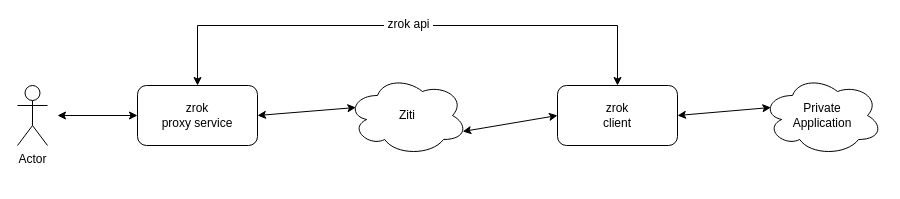
openziti/zrok keeps this draw.io diagram as docs/images/zrok.drawio. Above is the earlier version. Source tidied: cells renumbered, new cells numbered last; positions are measured from the earlier drawing's top-left corner, leaving out a move shared by most shapes. Both pictures are drawn from the tidied source at 100%, with x=0, y=0 at pixel (17, 25).
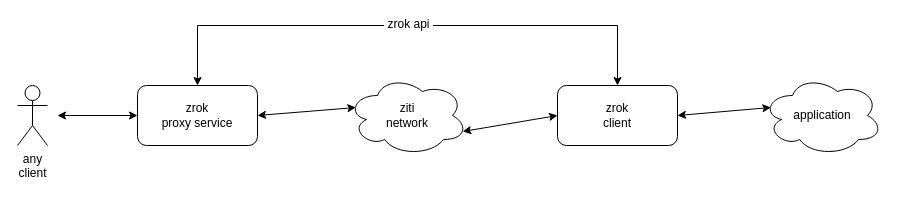
The same page after the edit.

Commit message (it also covers changes not shown here):
look and feel

The edit, as a diff of the source:
```diff
@@
 <mxGraphModel>
   <root>
     <mxCell id="0" />
     <mxCell id="1" parent="0" />
-    <mxCell id="2" value="Ziti" style="ellipse;shape=cloud;whiteSpace=wrap;html=1;" parent="1" vertex="1">
+    <mxCell id="2" value="ziti&lt;br&gt;network" style="ellipse;shape=cloud;whiteSpace=wrap;html=1;" parent="1" vertex="1">
       <mxGeometry x="330" y="50" width="120" height="80" as="geometry" />
     </mxCell>
     <mxCell id="3" value="zrok&lt;br&gt;client" style="rounded=1;whiteSpace=wrap;html=1;" parent="1" vertex="1">
       <mxGeometry x="540" y="60" width="120" height="60" as="geometry" />
     </mxCell>
-    <mxCell id="4" value="Private&lt;br&gt;Application" style="ellipse;shape=cloud;whiteSpace=wrap;html=1;" parent="1" vertex="1">
+    <mxCell id="4" value="application" style="ellipse;shape=cloud;whiteSpace=wrap;html=1;" parent="1" vertex="1">
       <mxGeometry x="745" y="50" width="120" height="80" as="geometry" />
     </mxCell>
     <mxCell id="5" value="zrok&lt;br&gt;proxy service" style="rounded=1;whiteSpace=wrap;html=1;" parent="1" vertex="1">
       <mxGeometry x="120" y="60" width="120" height="60" as="geometry" />
     </mxCell>
-    <mxCell id="6" value="Actor" style="shape=umlActor;verticalLabelPosition=bottom;verticalAlign=top;html=1;" parent="1" vertex="1">
+    <mxCell id="6" value="any&lt;br&gt;client" style="shape=umlActor;verticalLabelPosition=bottom;verticalAlign=top;html=1;" parent="1" vertex="1">
       <mxGeometry y="60" width="30" height="60" as="geometry" />
     </mxCell>
     <mxCell id="7" style="endArrow=classic;startArrow=classic;html=1;rounded=0;entryX=0;entryY=0.5;entryDx=0;entryDy=0;" parent="1" edge="1" target="5">
       <mxGeometry relative="1" as="geometry">
         <mxPoint x="40" y="90" as="sourcePoint" />
       </mxGeometry>
     </mxCell>
     <mxCell id="8" style="endArrow=classic;startArrow=classic;html=1;rounded=0;entryX=0.07;entryY=0.4;entryDx=0;entryDy=0;entryPerimeter=0;exitX=1;exitY=0.5;exitDx=0;exitDy=0;" parent="1" edge="1" source="5" target="2">
       <mxGeometry relative="1" as="geometry" />
     </mxCell>
     <mxCell id="9" style="endArrow=classic;startArrow=classic;html=1;rounded=0;entryX=0;entryY=0.5;entryDx=0;entryDy=0;exitX=0.96;exitY=0.7;exitDx=0;exitDy=0;exitPerimeter=0;" parent="1" edge="1" source="2" target="3">
       <mxGeometry relative="1" as="geometry" />
     </mxCell>
     <mxCell id="10" style="endArrow=classic;startArrow=classic;html=1;rounded=0;entryX=0.07;entryY=0.4;entryDx=0;entryDy=0;entryPerimeter=0;exitX=1;exitY=0.5;exitDx=0;exitDy=0;" parent="1" edge="1" source="3" target="4">
       <mxGeometry relative="1" as="geometry" />
     </mxCell>
     <mxCell id="11" style="endArrow=classic;startArrow=classic;html=1;rounded=0;fontSize=12;exitX=0.5;exitY=0;exitDx=0;exitDy=0;entryX=0.5;entryY=0;entryDx=0;entryDy=0;" parent="1" edge="1" source="5" target="3">
       <mxGeometry relative="1" as="geometry">
         <Array as="points">
           <mxPoint x="180" />
           <mxPoint x="600" />
         </Array>
       </mxGeometry>
     </mxCell>
     <mxCell id="12" value="&amp;nbsp;zrok api&amp;nbsp;" style="edgeLabel;html=1;align=center;verticalAlign=middle;fontSize=12;" parent="11" vertex="1">
       <mxGeometry x="0.13" y="2" relative="1" as="geometry">
         <mxPoint x="-35" as="offset" />
       </mxGeometry>
     </mxCell>
   </root>
 </mxGraphModel>
```
